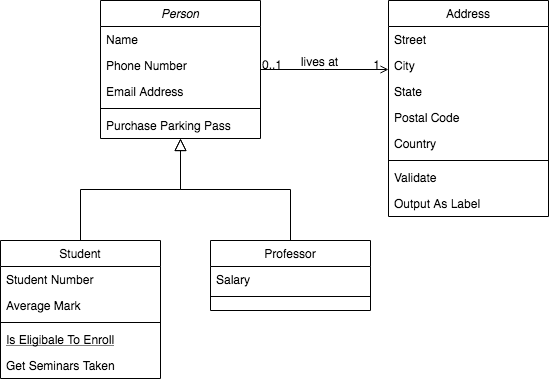
Above: Untitled Diagram.png in nicolaszanni/Programaci-n1 (draw.io), before the change. Source tidied: cells renumbered, new cells last; positions are measured from the earlier drawing's top-left corner, leaving out a move shared by most shapes.
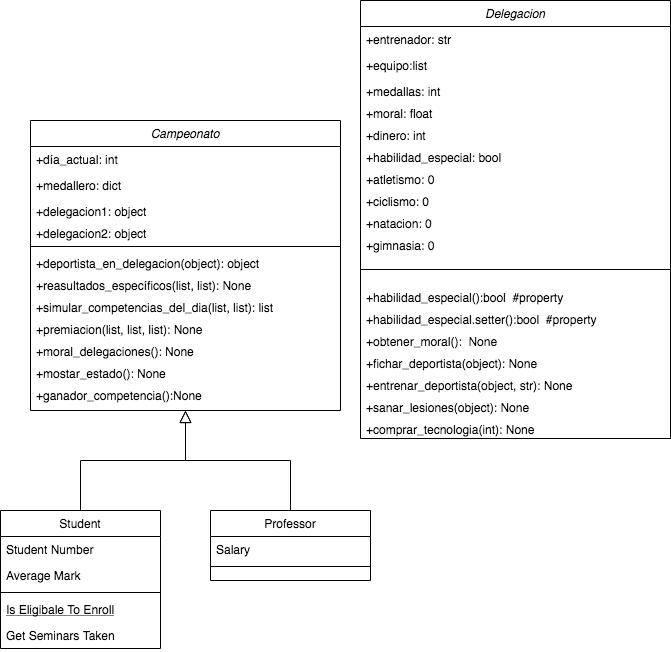
Later version of the same file.

The edit, as a diff of the source:
```diff
@@ -2,24 +2,6 @@
   <root>
     <mxCell id="0" />
     <mxCell id="1" parent="0" />
-    <mxCell id="2" value="Person" style="swimlane;fontStyle=2;align=center;verticalAlign=top;horizontal=1;startSize=26;rounded=0;shadow=0;strokeWidth=1;" parent="1" vertex="1">
-      <mxGeometry x="100" width="160" height="138" as="geometry" />
-    </mxCell>
-    <mxCell id="3" value="Name" style="text;align=left;verticalAlign=top;spacingLeft=4;spacingRight=4;overflow=hidden;" parent="2" vertex="1">
-      <mxGeometry y="26" width="160" height="26" as="geometry" />
-    </mxCell>
-    <mxCell id="4" value="Phone Number" style="text;align=left;verticalAlign=top;spacingLeft=4;spacingRight=4;overflow=hidden;rounded=0;shadow=0;html=0;" parent="2" vertex="1">
-      <mxGeometry y="52" width="160" height="26" as="geometry" />
-    </mxCell>
-    <mxCell id="5" value="Email Address" style="text;align=left;verticalAlign=top;spacingLeft=4;spacingRight=4;overflow=hidden;rounded=0;shadow=0;html=0;" parent="2" vertex="1">
-      <mxGeometry y="78" width="160" height="26" as="geometry" />
-    </mxCell>
-    <mxCell id="6" style="line;html=1;strokeWidth=1;align=left;verticalAlign=middle;spacingTop=-1;spacingLeft=3;spacingRight=3;labelPosition=right;" parent="2" vertex="1">
-      <mxGeometry y="104" width="160" height="8" as="geometry" />
-    </mxCell>
-    <mxCell id="7" value="Purchase Parking Pass" style="text;align=left;verticalAlign=top;spacingLeft=4;spacingRight=4;overflow=hidden;" parent="2" vertex="1">
-      <mxGeometry y="112" width="160" height="26" as="geometry" />
-    </mxCell>
     <mxCell id="8" value="Student" style="swimlane;fontStyle=0;align=center;verticalAlign=top;horizontal=1;startSize=26;rounded=0;shadow=0;strokeWidth=1;" parent="1" vertex="1">
       <mxGeometry y="240" width="160" height="138" as="geometry" />
     </mxCell>
@@ -53,52 +35,101 @@
     <mxCell id="18" style="endArrow=block;endSize=10;endFill=0;shadow=0;strokeWidth=1;rounded=0;edgeStyle=elbowEdgeStyle;elbow=vertical;" parent="1" edge="1" source="15" target="2">
       <mxGeometry relative="1" as="geometry" />
     </mxCell>
-    <mxCell id="19" value="Address" style="swimlane;fontStyle=0;align=center;verticalAlign=top;horizontal=1;startSize=26;rounded=0;shadow=0;strokeWidth=1;" parent="1" vertex="1">
-      <mxGeometry x="388" width="160" height="216" as="geometry" />
-    </mxCell>
-    <mxCell id="20" value="Street" style="text;align=left;verticalAlign=top;spacingLeft=4;spacingRight=4;overflow=hidden;" parent="19" vertex="1">
-      <mxGeometry y="26" width="160" height="26" as="geometry" />
-    </mxCell>
-    <mxCell id="21" value="City" style="text;align=left;verticalAlign=top;spacingLeft=4;spacingRight=4;overflow=hidden;rounded=0;shadow=0;html=0;" parent="19" vertex="1">
-      <mxGeometry y="52" width="160" height="26" as="geometry" />
-    </mxCell>
-    <mxCell id="22" value="State" style="text;align=left;verticalAlign=top;spacingLeft=4;spacingRight=4;overflow=hidden;rounded=0;shadow=0;html=0;" parent="19" vertex="1">
-      <mxGeometry y="78" width="160" height="26" as="geometry" />
-    </mxCell>
-    <mxCell id="23" value="Postal Code" style="text;align=left;verticalAlign=top;spacingLeft=4;spacingRight=4;overflow=hidden;rounded=0;shadow=0;html=0;" parent="19" vertex="1">
-      <mxGeometry y="104" width="160" height="26" as="geometry" />
-    </mxCell>
-    <mxCell id="24" value="Country" style="text;align=left;verticalAlign=top;spacingLeft=4;spacingRight=4;overflow=hidden;rounded=0;shadow=0;html=0;" parent="19" vertex="1">
-      <mxGeometry y="130" width="160" height="26" as="geometry" />
-    </mxCell>
-    <mxCell id="25" style="line;html=1;strokeWidth=1;align=left;verticalAlign=middle;spacingTop=-1;spacingLeft=3;spacingRight=3;labelPosition=right;" parent="19" vertex="1">
-      <mxGeometry y="156" width="160" height="8" as="geometry" />
-    </mxCell>
-    <mxCell id="26" value="Validate" style="text;align=left;verticalAlign=top;spacingLeft=4;spacingRight=4;overflow=hidden;" parent="19" vertex="1">
-      <mxGeometry y="164" width="160" height="26" as="geometry" />
-    </mxCell>
-    <mxCell id="27" value="Output As Label" style="text;align=left;verticalAlign=top;spacingLeft=4;spacingRight=4;overflow=hidden;" parent="19" vertex="1">
-      <mxGeometry y="190" width="160" height="26" as="geometry" />
-    </mxCell>
-    <mxCell id="28" style="endArrow=open;shadow=0;strokeWidth=1;rounded=0;endFill=1;edgeStyle=elbowEdgeStyle;elbow=vertical;" parent="1" edge="1" source="2" target="19">
-      <mxGeometry x="0.5" y="41" relative="1" as="geometry">
-        <mxPoint x="-40" y="32" as="offset" />
-      </mxGeometry>
-    </mxCell>
-    <mxCell id="29" value="0..1" style="align=left;verticalAlign=bottom;labelBackgroundColor=none;fontSize=12;" parent="28" vertex="1">
-      <mxGeometry x="-1" relative="1" as="geometry">
-        <mxPoint y="4" as="offset" />
-      </mxGeometry>
-    </mxCell>
-    <mxCell id="30" value="1" style="align=right;verticalAlign=bottom;labelBackgroundColor=none;fontSize=12;" parent="28" vertex="1">
-      <mxGeometry x="1" relative="1" as="geometry">
-        <mxPoint x="-7" y="4" as="offset" />
-      </mxGeometry>
-    </mxCell>
-    <mxCell id="31" value="lives at" style="text;html=1;align=center;verticalAlign=middle;labelBackgroundColor=none;rounded=0;shadow=0;strokeWidth=1;fontSize=12;" parent="28" vertex="1">
-      <mxGeometry x="0.5" y="49" relative="1" as="geometry">
-        <mxPoint x="-38" y="40" as="offset" />
-      </mxGeometry>
-    </mxCell>
+    <mxCell id="2" value="Campeonato" style="swimlane;fontStyle=2;align=center;verticalAlign=top;horizontal=1;startSize=26;rounded=0;shadow=0;strokeWidth=1;" parent="1" vertex="1">
+      <mxGeometry x="30" y="-150" width="310" height="290" as="geometry" />
+    </mxCell>
+    <mxCell id="3" value="+día_actual: int" style="text;align=left;verticalAlign=top;spacingLeft=4;spacingRight=4;overflow=hidden;" parent="2" vertex="1">
+      <mxGeometry y="26" width="310" height="26" as="geometry" />
+    </mxCell>
+    <mxCell id="4" value="+medallero: dict" style="text;align=left;verticalAlign=top;spacingLeft=4;spacingRight=4;overflow=hidden;rounded=0;shadow=0;html=0;" parent="2" vertex="1">
+      <mxGeometry y="52" width="310" height="26" as="geometry" />
+    </mxCell>
+    <mxCell id="7" value="+delegacion1: object&#10;" style="text;align=left;verticalAlign=top;spacingLeft=4;spacingRight=4;overflow=hidden;" parent="2" vertex="1">
+      <mxGeometry y="78" width="310" height="22" as="geometry" />
+    </mxCell>
+    <mxCell id="32" value="+delegacion2: object&#10;" style="text;align=left;verticalAlign=top;spacingLeft=4;spacingRight=4;overflow=hidden;" parent="2" vertex="1">
+      <mxGeometry y="100" width="310" height="22" as="geometry" />
+    </mxCell>
+    <mxCell id="6" style="line;html=1;strokeWidth=1;align=left;verticalAlign=middle;spacingTop=-1;spacingLeft=3;spacingRight=3;labelPosition=right;" parent="2" vertex="1">
+      <mxGeometry y="122" width="310" height="8" as="geometry" />
+    </mxCell>
+    <mxCell id="33" value="+deportista_en_delegacion(object): object" style="text;align=left;verticalAlign=top;spacingLeft=4;spacingRight=4;overflow=hidden;" parent="2" vertex="1">
+      <mxGeometry y="130" width="310" height="22" as="geometry" />
+    </mxCell>
+    <mxCell id="34" value="+reasultados_específicos(list, list): None" style="text;align=left;verticalAlign=top;spacingLeft=4;spacingRight=4;overflow=hidden;" parent="2" vertex="1">
+      <mxGeometry y="152" width="310" height="22" as="geometry" />
+    </mxCell>
+    <mxCell id="35" value="+simular_competencias_del_dia(list, list): list" style="text;align=left;verticalAlign=top;spacingLeft=4;spacingRight=4;overflow=hidden;" parent="2" vertex="1">
+      <mxGeometry y="174" width="310" height="22" as="geometry" />
+    </mxCell>
+    <mxCell id="36" value="+premiacion(list, list, list): None" style="text;align=left;verticalAlign=top;spacingLeft=4;spacingRight=4;overflow=hidden;" parent="2" vertex="1">
+      <mxGeometry y="196" width="310" height="22" as="geometry" />
+    </mxCell>
+    <mxCell id="37" value="+moral_delegaciones(): None&#10;" style="text;align=left;verticalAlign=top;spacingLeft=4;spacingRight=4;overflow=hidden;" parent="2" vertex="1">
+      <mxGeometry y="218" width="310" height="22" as="geometry" />
+    </mxCell>
+    <mxCell id="38" value="+mostar_estado(): None&#10;" style="text;align=left;verticalAlign=top;spacingLeft=4;spacingRight=4;overflow=hidden;" parent="2" vertex="1">
+      <mxGeometry y="240" width="310" height="22" as="geometry" />
+    </mxCell>
+    <mxCell id="39" value="+ganador_competencia():None" style="text;align=left;verticalAlign=top;spacingLeft=4;spacingRight=4;overflow=hidden;" parent="2" vertex="1">
+      <mxGeometry y="262" width="310" height="22" as="geometry" />
+    </mxCell>
+    <mxCell id="40" value="Delegacion" style="swimlane;fontStyle=2;align=center;verticalAlign=top;horizontal=1;startSize=26;rounded=0;shadow=0;strokeWidth=1;" parent="1" vertex="1">
+      <mxGeometry x="360" y="-270" width="310" height="438" as="geometry" />
+    </mxCell>
+    <mxCell id="41" value="+entrenador: str" style="text;align=left;verticalAlign=top;spacingLeft=4;spacingRight=4;overflow=hidden;" parent="40" vertex="1">
+      <mxGeometry y="26" width="310" height="26" as="geometry" />
+    </mxCell>
+    <mxCell id="42" value="+equipo:list" style="text;align=left;verticalAlign=top;spacingLeft=4;spacingRight=4;overflow=hidden;rounded=0;shadow=0;html=0;" parent="40" vertex="1">
+      <mxGeometry y="52" width="310" height="26" as="geometry" />
+    </mxCell>
+    <mxCell id="43" value="+medallas: int" style="text;align=left;verticalAlign=top;spacingLeft=4;spacingRight=4;overflow=hidden;" parent="40" vertex="1">
+      <mxGeometry y="78" width="310" height="22" as="geometry" />
+    </mxCell>
+    <mxCell id="44" value="+moral: float" style="text;align=left;verticalAlign=top;spacingLeft=4;spacingRight=4;overflow=hidden;" parent="40" vertex="1">
+      <mxGeometry y="100" width="310" height="22" as="geometry" />
+    </mxCell>
+    <mxCell id="45" value="+dinero: int" style="text;align=left;verticalAlign=top;spacingLeft=4;spacingRight=4;overflow=hidden;" parent="40" vertex="1">
+      <mxGeometry y="122" width="310" height="22" as="geometry" />
+    </mxCell>
+    <mxCell id="46" value="+habilidad_especial: bool" style="text;align=left;verticalAlign=top;spacingLeft=4;spacingRight=4;overflow=hidden;" parent="40" vertex="1">
+      <mxGeometry y="144" width="310" height="22" as="geometry" />
+    </mxCell>
+    <mxCell id="47" value="+atletismo: 0" style="text;align=left;verticalAlign=top;spacingLeft=4;spacingRight=4;overflow=hidden;" parent="40" vertex="1">
+      <mxGeometry y="166" width="310" height="22" as="geometry" />
+    </mxCell>
+    <mxCell id="48" value="+ciclismo: 0" style="text;align=left;verticalAlign=top;spacingLeft=4;spacingRight=4;overflow=hidden;" parent="40" vertex="1">
+      <mxGeometry y="188" width="310" height="22" as="geometry" />
+    </mxCell>
+    <mxCell id="49" value="+natacion: 0" style="text;align=left;verticalAlign=top;spacingLeft=4;spacingRight=4;overflow=hidden;" parent="40" vertex="1">
+      <mxGeometry y="210" width="310" height="22" as="geometry" />
+    </mxCell>
+    <mxCell id="50" value="+gimnasia: 0" style="text;align=left;verticalAlign=top;spacingLeft=4;spacingRight=4;overflow=hidden;" parent="40" vertex="1">
+      <mxGeometry y="232" width="310" height="22" as="geometry" />
+    </mxCell>
+    <mxCell id="51" style="line;html=1;strokeWidth=1;align=left;verticalAlign=middle;spacingTop=-1;spacingLeft=3;spacingRight=3;labelPosition=right;" parent="40" vertex="1">
+      <mxGeometry y="254" width="310" height="30" as="geometry" />
+    </mxCell>
+    <mxCell id="52" value="+habilidad_especial():bool  #property" style="text;align=left;verticalAlign=top;spacingLeft=4;spacingRight=4;overflow=hidden;" parent="40" vertex="1">
+      <mxGeometry y="284" width="310" height="22" as="geometry" />
+    </mxCell>
+    <mxCell id="53" value="+habilidad_especial.setter():bool  #property" style="text;align=left;verticalAlign=top;spacingLeft=4;spacingRight=4;overflow=hidden;" parent="40" vertex="1">
+      <mxGeometry y="306" width="310" height="22" as="geometry" />
+    </mxCell>
+    <mxCell id="54" value="+obtener_moral():  None" style="text;align=left;verticalAlign=top;spacingLeft=4;spacingRight=4;overflow=hidden;" parent="40" vertex="1">
+      <mxGeometry y="328" width="310" height="22" as="geometry" />
+    </mxCell>
+    <mxCell id="55" value="+fichar_deportista(object): None" style="text;align=left;verticalAlign=top;spacingLeft=4;spacingRight=4;overflow=hidden;" parent="40" vertex="1">
+      <mxGeometry y="350" width="310" height="22" as="geometry" />
+    </mxCell>
+    <mxCell id="56" value="+entrenar_deportista(object, str): None" style="text;align=left;verticalAlign=top;spacingLeft=4;spacingRight=4;overflow=hidden;" parent="40" vertex="1">
+      <mxGeometry y="372" width="310" height="22" as="geometry" />
+    </mxCell>
+    <mxCell id="57" value="+sanar_lesiones(object): None" style="text;align=left;verticalAlign=top;spacingLeft=4;spacingRight=4;overflow=hidden;" parent="40" vertex="1">
+      <mxGeometry y="394" width="310" height="22" as="geometry" />
+    </mxCell>
+    <mxCell id="58" value="+comprar_tecnologia(int): None" style="text;align=left;verticalAlign=top;spacingLeft=4;spacingRight=4;overflow=hidden;" parent="40" vertex="1">
+      <mxGeometry y="416" width="310" height="22" as="geometry" />
+    </mxCell>
   </root>
 </mxGraphModel>
```
